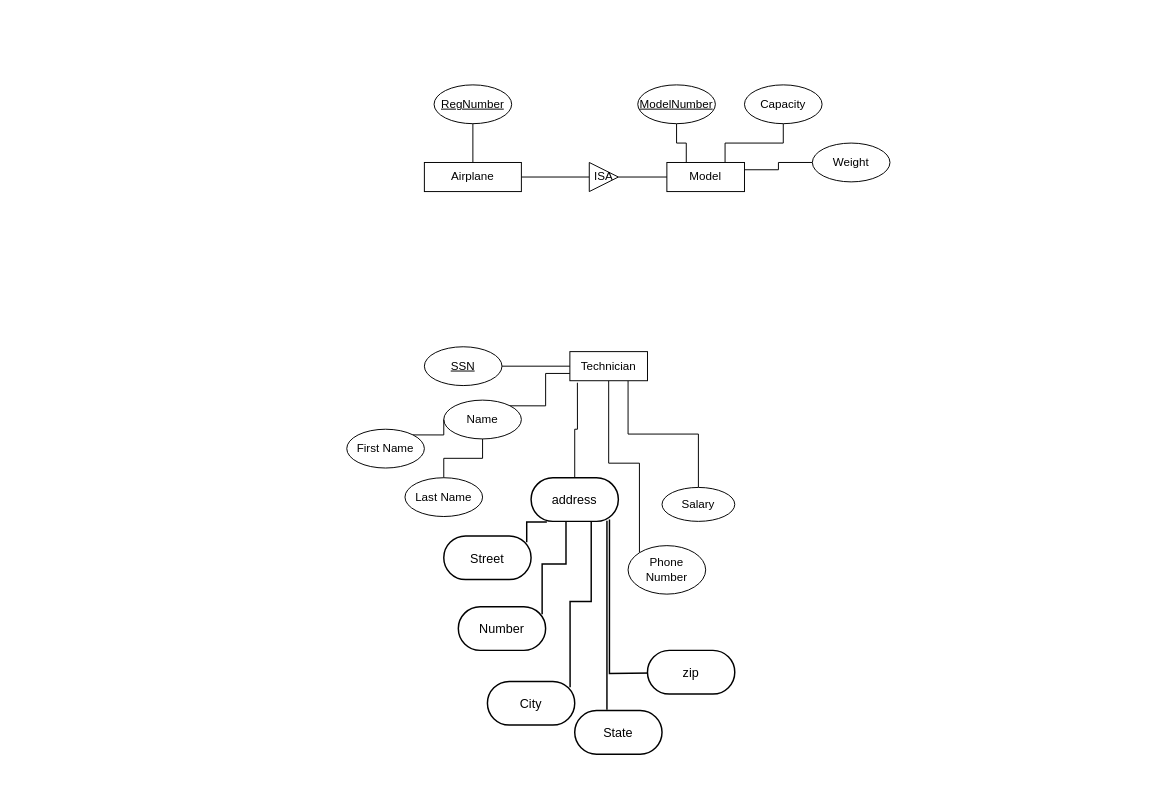
Earlier version of the draw.io diagram page "Problem3" (3 of 3) of DBHW2.drawio (charanb2000/dbHW2). Source tidied: cells renumbered, new cells numbered last; positions are measured from the earlier drawing's top-left corner, leaving out a move shared by most shapes. Both pictures are drawn from the tidied source at 97%, with x=0, y=0 at pixel (346, 84).
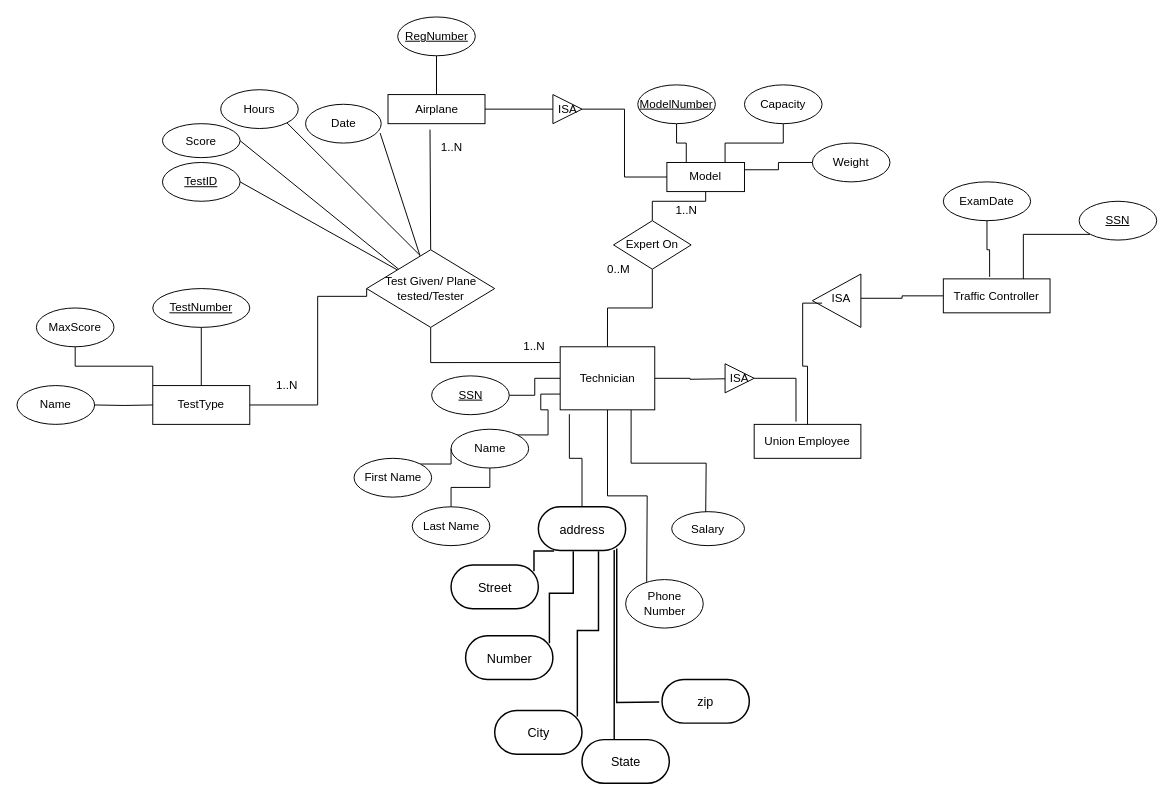
Above is the later version.

The change refers to these unchanged cells:
```xml
<mxCell id="8" value="Model" style="rounded=0;whiteSpace=wrap;html=1;" parent="1" vertex="1">
  <mxGeometry x="330" y="80" width="80" height="30" as="geometry" />
</mxCell>
```

Diff of the diagram source:
```diff
@@
     <mxCell id="4" value="Airplane" style="rounded=0;whiteSpace=wrap;html=1;" parent="1" vertex="1">
-      <mxGeometry x="80" y="80" width="100" height="30" as="geometry" />
+      <mxGeometry x="42.5" y="10" width="100" height="30" as="geometry" />
     </mxCell>
     <mxCell id="5" value="&lt;u&gt;RegNumber&lt;/u&gt;" style="ellipse;whiteSpace=wrap;html=1;" parent="1" vertex="1">
-      <mxGeometry x="90" width="80" height="40" as="geometry" />
+      <mxGeometry x="52.5" y="-70" width="80" height="40" as="geometry" />
     </mxCell>
@@
     <mxCell id="14" value="ISA" style="triangle;whiteSpace=wrap;html=1;" parent="1" vertex="1">
-      <mxGeometry x="250" y="80" width="30" height="30" as="geometry" />
+      <mxGeometry x="212.5" y="10" width="30" height="30" as="geometry" />
     </mxCell>
-    <mxCell id="15" style="edgeStyle=orthogonalEdgeStyle;rounded=0;jettySize=auto;html=1;exitX=0.5;exitY=1;exitDx=0;exitDy=0;entryX=0;entryY=0;entryDx=0;entryDy=0;endArrow=none;endFill=0;" parent="1" edge="1" source="17" target="38">
-      <mxGeometry relative="1" as="geometry" />
+    <mxCell id="15" style="edgeStyle=orthogonalEdgeStyle;rounded=0;jettySize=auto;html=1;exitX=0.5;exitY=1;exitDx=0;exitDy=0;entryX=0;entryY=0;entryDx=0;entryDy=0;endArrow=none;endFill=0;" parent="1" edge="1" source="17">
+      <mxGeometry relative="1" as="geometry">
+        <mxPoint x="309.2" y="512.3" as="targetPoint" />
+      </mxGeometry>
     </mxCell>
-    <mxCell id="16" style="edgeStyle=orthogonalEdgeStyle;rounded=0;jettySize=auto;html=1;exitX=0.75;exitY=1;exitDx=0;exitDy=0;entryX=0.5;entryY=0;entryDx=0;entryDy=0;endArrow=none;endFill=0;" parent="1" edge="1" source="17" target="39">
-      <mxGeometry relative="1" as="geometry" />
+    <mxCell id="16" style="edgeStyle=orthogonalEdgeStyle;rounded=0;jettySize=auto;html=1;exitX=0.75;exitY=1;exitDx=0;exitDy=0;entryX=0.5;entryY=0;entryDx=0;entryDy=0;endArrow=none;endFill=0;" parent="1" edge="1" source="17">
+      <mxGeometry relative="1" as="geometry">
+        <mxPoint x="370" y="445" as="targetPoint" />
+      </mxGeometry>
     </mxCell>
+    <mxCell id="40" style="edgeStyle=orthogonalEdgeStyle;rounded=0;jettySize=auto;html=1;exitX=0.5;exitY=0;exitDx=0;exitDy=0;entryX=0.5;entryY=1;entryDx=0;entryDy=0;endArrow=none;endFill=0;" parent="1" edge="1" source="17" target="44">
+      <mxGeometry relative="1" as="geometry" />
+    </mxCell>
+    <mxCell id="41" style="edgeStyle=orthogonalEdgeStyle;rounded=0;jettySize=auto;html=1;exitX=1;exitY=0.5;exitDx=0;exitDy=0;endArrow=none;endFill=0;" parent="1" edge="1" source="17">
+      <mxGeometry relative="1" as="geometry">
+        <mxPoint x="390" y="303" as="targetPoint" />
+      </mxGeometry>
+    </mxCell>
+    <mxCell id="42" style="edgeStyle=orthogonalEdgeStyle;rounded=0;jettySize=auto;html=1;exitX=0;exitY=0.25;exitDx=0;exitDy=0;startArrow=none;startFill=0;endArrow=none;endFill=0;" parent="1" edge="1" source="17" target="76">
+      <mxGeometry relative="1" as="geometry" />
+    </mxCell>
     <mxCell id="17" value="Technician" style="rounded=0;whiteSpace=wrap;html=1;" parent="1" vertex="1">
-      <mxGeometry x="230" y="275" width="80" height="30" as="geometry" />
+      <mxGeometry x="220" y="270" width="97.5" height="65" as="geometry" />
     </mxCell>
@@
     <mxCell id="19" value="&lt;u&gt;SSN&lt;/u&gt;" style="ellipse;whiteSpace=wrap;html=1;" parent="1" vertex="1">
-      <mxGeometry x="80" y="270" width="80" height="40" as="geometry" />
+      <mxGeometry x="87.5" y="300" width="80" height="40" as="geometry" />
     </mxCell>
@@
     <mxCell id="21" value="Name" style="ellipse;whiteSpace=wrap;html=1;" parent="1" vertex="1">
-      <mxGeometry x="100" y="325" width="80" height="40" as="geometry" />
+      <mxGeometry x="107.5" y="355" width="80" height="40" as="geometry" />
     </mxCell>
@@
     <mxCell id="23" value="First Name" style="ellipse;whiteSpace=wrap;html=1;" parent="1" vertex="1">
-      <mxGeometry y="355" width="80" height="40" as="geometry" />
+      <mxGeometry x="7.5" y="385" width="80" height="40" as="geometry" />
     </mxCell>
@@
     <mxCell id="25" value="Last Name" style="ellipse;whiteSpace=wrap;html=1;" parent="1" vertex="1">
-      <mxGeometry x="60" y="405" width="80" height="40" as="geometry" />
+      <mxGeometry x="67.5" y="435" width="80" height="40" as="geometry" />
     </mxCell>
@@
     <mxCell id="27" value="address" style="html=1;overflow=block;blockSpacing=1;whiteSpace=wrap;rounded=1;arcSize=50;whiteSpace=wrap;fontSize=13;fontColor=#000000;spacing=3.8;strokeOpacity=100;strokeWidth=1.5;" parent="1" vertex="1">
-      <mxGeometry x="190" y="405" width="90" height="45" as="geometry" />
+      <mxGeometry x="197.5" y="435" width="90" height="45" as="geometry" />
     </mxCell>
     <mxCell id="28" value="Street" style="html=1;overflow=block;blockSpacing=1;whiteSpace=wrap;rounded=1;arcSize=50;whiteSpace=wrap;fontSize=13;fontColor=#000000;spacing=3.8;strokeOpacity=100;strokeWidth=1.5;" parent="1" vertex="1">
-      <mxGeometry x="100" y="465" width="90" height="45" as="geometry" />
+      <mxGeometry x="107.5" y="495" width="90" height="45" as="geometry" />
     </mxCell>
     <mxCell id="29" value="Number" style="html=1;overflow=block;blockSpacing=1;whiteSpace=wrap;rounded=1;arcSize=50;whiteSpace=wrap;fontSize=13;fontColor=#000000;spacing=3.8;strokeOpacity=100;strokeWidth=1.5;" parent="1" vertex="1">
-      <mxGeometry x="115" y="538" width="90" height="45" as="geometry" />
+      <mxGeometry x="122.5" y="568" width="90" height="45" as="geometry" />
     </mxCell>
     <mxCell id="30" value="City" style="html=1;overflow=block;blockSpacing=1;whiteSpace=wrap;rounded=1;arcSize=50;whiteSpace=wrap;fontSize=13;fontColor=#000000;spacing=3.8;strokeOpacity=100;strokeWidth=1.5;" parent="1" vertex="1">
-      <mxGeometry x="145" y="615" width="90" height="45" as="geometry" />
+      <mxGeometry x="152.5" y="645" width="90" height="45" as="geometry" />
     </mxCell>
     <mxCell id="31" value="State" style="html=1;overflow=block;blockSpacing=1;whiteSpace=wrap;rounded=1;arcSize=50;whiteSpace=wrap;fontSize=13;fontColor=#000000;spacing=3.8;strokeOpacity=100;strokeWidth=1.5;" parent="1" vertex="1">
-      <mxGeometry x="235" y="645" width="90" height="45" as="geometry" />
+      <mxGeometry x="242.5" y="675" width="90" height="45" as="geometry" />
     </mxCell>
@@
     <mxCell id="36" style="html=1;jettySize=18;whiteSpace=wrap;fontSize=13;strokeOpacity=100;strokeWidth=1.5;rounded=1;arcSize=0;edgeStyle=orthogonalEdgeStyle;startArrow=none;endArrow=none;exitX=0.051;exitY=0.139;exitPerimeter=0;entryX=0.898;entryY=0.955;entryPerimeter=0;" parent="1" edge="1" target="27">
       <mxGeometry relative="1" as="geometry">
-        <mxPoint x="314.6" y="606.3" as="sourcePoint" />
+        <mxPoint x="322.1" y="636.3" as="sourcePoint" />
       </mxGeometry>
     </mxCell>
     <mxCell id="37" value="zip" style="html=1;overflow=block;blockSpacing=1;whiteSpace=wrap;rounded=1;arcSize=50;whiteSpace=wrap;fontSize=13;fontColor=#000000;spacing=3.8;strokeOpacity=100;strokeWidth=1.5;" parent="1" vertex="1">
-      <mxGeometry x="310" y="583" width="90" height="45" as="geometry" />
+      <mxGeometry x="325" y="613" width="90" height="45" as="geometry" />
     </mxCell>
     <mxCell id="38" value="Phone Number" style="ellipse;whiteSpace=wrap;html=1;" parent="1" vertex="1">
-      <mxGeometry x="290" y="475" width="80" height="50" as="geometry" />
+      <mxGeometry x="287.5" y="510" width="80" height="50" as="geometry" />
     </mxCell>
     <mxCell id="39" value="Salary" style="ellipse;whiteSpace=wrap;html=1;" parent="1" vertex="1">
-      <mxGeometry x="325" y="415" width="75" height="35" as="geometry" />
+      <mxGeometry x="335" y="440" width="75" height="35" as="geometry" />
     </mxCell>
+    <mxCell id="43" style="edgeStyle=orthogonalEdgeStyle;rounded=0;jettySize=auto;html=1;exitX=0.5;exitY=0;exitDx=0;exitDy=0;entryX=0.5;entryY=1;entryDx=0;entryDy=0;endArrow=none;endFill=0;" parent="1" edge="1" source="44" target="8">
+      <mxGeometry relative="1" as="geometry" />
+    </mxCell>
+    <mxCell id="44" value="Expert On" style="rhombus;whiteSpace=wrap;html=1;" parent="1" vertex="1">
+      <mxGeometry x="275" y="140" width="80" height="50" as="geometry" />
+    </mxCell>
+    <mxCell id="45" value="1..N" style="text;html=1;align=center;verticalAlign=middle;" parent="1" vertex="1">
+      <mxGeometry x="330" y="120" width="40" height="20" as="geometry" />
+    </mxCell>
+    <mxCell id="46" value="0..M" style="text;html=1;align=center;verticalAlign=middle;" parent="1" vertex="1">
+      <mxGeometry x="260" y="180" width="40" height="20" as="geometry" />
+    </mxCell>
+    <mxCell id="47" value="Union Employee" style="rounded=0;whiteSpace=wrap;html=1;" parent="1" vertex="1">
+      <mxGeometry x="420" y="350" width="110" height="35" as="geometry" />
+    </mxCell>
+    <mxCell id="48" style="edgeStyle=orthogonalEdgeStyle;rounded=0;jettySize=auto;html=1;exitX=1;exitY=0.5;exitDx=0;exitDy=0;entryX=0.392;entryY=-0.081;entryDx=0;entryDy=0;entryPerimeter=0;startArrow=none;startFill=0;endArrow=none;endFill=0;" parent="1" edge="1" source="49" target="47">
+      <mxGeometry relative="1" as="geometry" />
+    </mxCell>
+    <mxCell id="49" value="ISA" style="triangle;whiteSpace=wrap;html=1;" parent="1" vertex="1">
+      <mxGeometry x="390" y="287.5" width="30" height="30" as="geometry" />
+    </mxCell>
+    <mxCell id="50" style="edgeStyle=orthogonalEdgeStyle;rounded=0;jettySize=auto;html=1;exitX=0;exitY=0;exitDx=0;exitDy=0;endArrow=none;endFill=0;" parent="1" edge="1" source="52" target="57">
+      <mxGeometry relative="1" as="geometry" />
+    </mxCell>
+    <mxCell id="51" style="edgeStyle=orthogonalEdgeStyle;rounded=0;jettySize=auto;html=1;exitX=1;exitY=0.5;exitDx=0;exitDy=0;entryX=0;entryY=0.5;entryDx=0;entryDy=0;startArrow=none;startFill=0;endArrow=none;endFill=0;" parent="1" edge="1" source="52" target="76">
+      <mxGeometry relative="1" as="geometry">
+        <Array as="points">
+          <mxPoint x="-30" y="330" />
+          <mxPoint x="-30" y="218" />
+          <mxPoint x="21" y="218" />
+        </Array>
+      </mxGeometry>
+    </mxCell>
+    <mxCell id="52" value="TestType" style="rounded=0;whiteSpace=wrap;html=1;" parent="1" vertex="1">
+      <mxGeometry x="-200" y="310" width="100" height="40" as="geometry" />
+    </mxCell>
+    <mxCell id="53" style="edgeStyle=orthogonalEdgeStyle;rounded=0;jettySize=auto;html=1;exitX=0.5;exitY=1;exitDx=0;exitDy=0;entryX=0.5;entryY=0;entryDx=0;entryDy=0;endArrow=none;endFill=0;" parent="1" edge="1" source="54" target="52">
+      <mxGeometry relative="1" as="geometry" />
+    </mxCell>
+    <mxCell id="54" value="&lt;u&gt;TestNumber&lt;/u&gt;" style="ellipse;whiteSpace=wrap;html=1;" parent="1" vertex="1">
+      <mxGeometry x="-200" y="210" width="100" height="40" as="geometry" />
+    </mxCell>
+    <mxCell id="55" style="edgeStyle=orthogonalEdgeStyle;rounded=0;jettySize=auto;html=1;endArrow=none;endFill=0;" parent="1" edge="1" target="52">
+      <mxGeometry relative="1" as="geometry">
+        <mxPoint x="-260" y="330" as="sourcePoint" />
+      </mxGeometry>
+    </mxCell>
+    <mxCell id="56" value="Name" style="ellipse;whiteSpace=wrap;html=1;" parent="1" vertex="1">
+      <mxGeometry x="-340" y="310" width="80" height="40" as="geometry" />
+    </mxCell>
+    <mxCell id="57" value="MaxScore" style="ellipse;whiteSpace=wrap;html=1;" parent="1" vertex="1">
+      <mxGeometry x="-320" y="230" width="80" height="40" as="geometry" />
+    </mxCell>
+    <mxCell id="58" style="rounded=0;jettySize=auto;html=1;entryX=0.986;entryY=0.743;entryDx=0;entryDy=0;entryPerimeter=0;startArrow=none;startFill=0;endArrow=none;endFill=0;" parent="1" edge="1" source="76" target="69">
+      <mxGeometry relative="1" as="geometry" />
+    </mxCell>
+    <mxCell id="59" style="rounded=0;jettySize=auto;html=1;exitX=0.415;exitY=0.069;exitDx=0;exitDy=0;entryX=1;entryY=1;entryDx=0;entryDy=0;startArrow=none;startFill=0;endArrow=none;endFill=0;exitPerimeter=0;" parent="1" edge="1" source="76" target="70">
+      <mxGeometry relative="1" as="geometry" />
+    </mxCell>
+    <mxCell id="60" style="edgeStyle=orthogonalEdgeStyle;rounded=0;jettySize=auto;html=1;exitX=0;exitY=0.5;exitDx=0;exitDy=0;entryX=1;entryY=0.5;entryDx=0;entryDy=0;endArrow=none;endFill=0;" parent="1" edge="1" source="61" target="68">
+      <mxGeometry relative="1" as="geometry" />
+    </mxCell>
+    <mxCell id="61" value="Traffic Controller" style="rounded=0;whiteSpace=wrap;html=1;" parent="1" vertex="1">
+      <mxGeometry x="615" y="200" width="110" height="35" as="geometry" />
+    </mxCell>
+    <mxCell id="62" style="edgeStyle=orthogonalEdgeStyle;rounded=0;jettySize=auto;html=1;exitX=0.5;exitY=1;exitDx=0;exitDy=0;entryX=0.434;entryY=-0.059;entryDx=0;entryDy=0;entryPerimeter=0;endArrow=none;endFill=0;" parent="1" edge="1" source="63" target="61">
+      <mxGeometry relative="1" as="geometry" />
+    </mxCell>
+    <mxCell id="63" value="ExamDate" style="ellipse;whiteSpace=wrap;html=1;" parent="1" vertex="1">
+      <mxGeometry x="615" y="100" width="90" height="40" as="geometry" />
+    </mxCell>
+    <mxCell id="64" style="edgeStyle=orthogonalEdgeStyle;rounded=0;jettySize=auto;html=1;exitX=0;exitY=1;exitDx=0;exitDy=0;entryX=0.75;entryY=0;entryDx=0;entryDy=0;endArrow=none;endFill=0;" parent="1" edge="1" source="65" target="61">
+      <mxGeometry relative="1" as="geometry" />
+    </mxCell>
+    <mxCell id="65" value="&lt;u&gt;SSN&lt;/u&gt;" style="ellipse;whiteSpace=wrap;html=1;" parent="1" vertex="1">
+      <mxGeometry x="755" y="120" width="80" height="40" as="geometry" />
+    </mxCell>
+    <mxCell id="66" style="triangle;whiteSpace=wrap;html=1;rotation=-180;" parent="1" vertex="1">
+      <mxGeometry x="480" y="195" width="50" height="55" as="geometry" />
+    </mxCell>
+    <mxCell id="67" style="edgeStyle=orthogonalEdgeStyle;rounded=0;jettySize=auto;html=1;exitX=0;exitY=0.75;exitDx=0;exitDy=0;startArrow=none;startFill=0;endArrow=none;endFill=0;" parent="1" edge="1" source="68" target="47">
+      <mxGeometry relative="1" as="geometry" />
+    </mxCell>
+    <mxCell id="68" value="ISA" style="text;html=1;strokeColor=none;fillColor=none;align=center;verticalAlign=middle;whiteSpace=wrap;rounded=0;" parent="1" vertex="1">
+      <mxGeometry x="490" y="210" width="40" height="20" as="geometry" />
+    </mxCell>
+    <mxCell id="69" value="Date" style="ellipse;whiteSpace=wrap;html=1;" parent="1" vertex="1">
+      <mxGeometry x="-42.5" y="20" width="78" height="40" as="geometry" />
+    </mxCell>
+    <mxCell id="70" value="Hours" style="ellipse;whiteSpace=wrap;html=1;" parent="1" vertex="1">
+      <mxGeometry x="-130" y="5" width="80" height="40" as="geometry" />
+    </mxCell>
+    <mxCell id="71" style="edgeStyle=none;rounded=0;jettySize=auto;html=1;exitX=1;exitY=0.5;exitDx=0;exitDy=0;entryX=0;entryY=0;entryDx=0;entryDy=0;startArrow=none;startFill=0;endArrow=none;endFill=0;" parent="1" edge="1" source="72" target="76">
+      <mxGeometry relative="1" as="geometry" />
+    </mxCell>
+    <mxCell id="72" value="Score" style="ellipse;whiteSpace=wrap;html=1;" parent="1" vertex="1">
+      <mxGeometry x="-190" y="40" width="80" height="35" as="geometry" />
+    </mxCell>
+    <mxCell id="73" style="edgeStyle=none;rounded=0;jettySize=auto;html=1;exitX=1;exitY=0.5;exitDx=0;exitDy=0;startArrow=none;startFill=0;endArrow=none;endFill=0;" parent="1" edge="1" source="74" target="76">
+      <mxGeometry relative="1" as="geometry" />
+    </mxCell>
+    <mxCell id="74" value="&lt;u&gt;TestID&lt;/u&gt;" style="ellipse;whiteSpace=wrap;html=1;" parent="1" vertex="1">
+      <mxGeometry x="-190" y="80" width="80" height="40" as="geometry" />
+    </mxCell>
+    <mxCell id="75" style="edgeStyle=none;rounded=0;jettySize=auto;html=1;exitX=0.5;exitY=0;exitDx=0;exitDy=0;entryX=0.433;entryY=1.204;entryDx=0;entryDy=0;entryPerimeter=0;startArrow=none;startFill=0;endArrow=none;endFill=0;" parent="1" edge="1" source="76" target="4">
+      <mxGeometry relative="1" as="geometry" />
+    </mxCell>
+    <mxCell id="76" value="Test Given/ Plane tested/Tester" style="rhombus;whiteSpace=wrap;html=1;" parent="1" vertex="1">
+      <mxGeometry x="20.5" y="170" width="132" height="80" as="geometry" />
+    </mxCell>
+    <mxCell id="77" value="1..N" style="text;html=1;align=center;verticalAlign=middle;" parent="1" vertex="1">
+      <mxGeometry x="172.5" y="260" width="40" height="20" as="geometry" />
+    </mxCell>
+    <mxCell id="78" value="1..N" style="text;html=1;align=center;verticalAlign=middle;" parent="1" vertex="1">
+      <mxGeometry x="87.5" y="55" width="40" height="20" as="geometry" />
+    </mxCell>
+    <mxCell id="79" value="1..N" style="text;html=1;align=center;verticalAlign=middle;" parent="1" vertex="1">
+      <mxGeometry x="-82.5" y="300" width="40" height="20" as="geometry" />
+    </mxCell>
```
